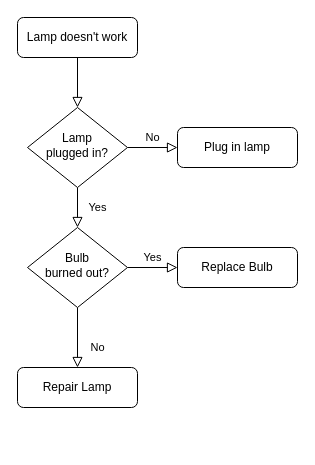
Before: Untitled Diagram.drawio in TristanGavina/CSC3-Tristan-Gavina-AS-91901, a draw.io diagram. Source tidied: cells renumbered, new cells numbered last; positions are measured from the earlier drawing's top-left corner, leaving out a move shared by most shapes. Both pictures are drawn from the tidied source at 100%, with x=0, y=0 at pixel (17, 17).
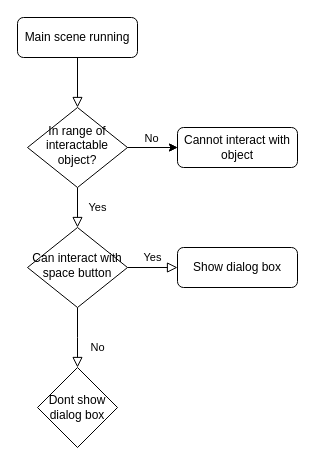
The same page after the edit.

The edit, as a diff of the source:
```diff
@@
 <mxGraphModel>
   <root>
     <mxCell id="0" />
     <mxCell id="1" parent="0" />
     <mxCell id="2" style="rounded=0;html=1;jettySize=auto;fontSize=11;endArrow=block;endFill=0;endSize=8;strokeWidth=1;shadow=0;labelBackgroundColor=none;edgeStyle=orthogonalEdgeStyle;" parent="1" edge="1" source="3" target="6">
       <mxGeometry relative="1" as="geometry" />
     </mxCell>
-    <mxCell id="3" value="Lamp doesn't work" style="rounded=1;whiteSpace=wrap;html=1;fontSize=12;glass=0;strokeWidth=1;shadow=0;" parent="1" vertex="1">
+    <mxCell id="3" value="Main scene running" style="rounded=1;whiteSpace=wrap;html=1;fontSize=12;glass=0;strokeWidth=1;shadow=0;" parent="1" vertex="1">
       <mxGeometry width="120" height="40" as="geometry" />
     </mxCell>
     <mxCell id="4" value="Yes" style="rounded=0;html=1;jettySize=auto;fontSize=11;endArrow=block;endFill=0;endSize=8;strokeWidth=1;shadow=0;labelBackgroundColor=none;edgeStyle=orthogonalEdgeStyle;" parent="1" edge="1" source="6" target="10">
       <mxGeometry y="20" relative="1" as="geometry" />
     </mxCell>
-    <mxCell id="5" value="No" style="edgeStyle=orthogonalEdgeStyle;rounded=0;html=1;jettySize=auto;fontSize=11;endArrow=block;endFill=0;endSize=8;strokeWidth=1;shadow=0;labelBackgroundColor=none;" parent="1" edge="1" source="6" target="7">
-      <mxGeometry y="10" relative="1" as="geometry" />
-    </mxCell>
+    <mxCell id="13" style="edgeStyle=orthogonalEdgeStyle;rounded=0;jettySize=auto;html=1;" parent="1" edge="1" source="6" target="16">
+      <mxGeometry relative="1" as="geometry" />
+    </mxCell>
-    <mxCell id="6" value="Lamp&lt;br&gt;plugged in?" style="rhombus;whiteSpace=wrap;html=1;shadow=0;fontFamily=Helvetica;fontSize=12;align=center;strokeWidth=1;spacing=6;spacingTop=-4;" parent="1" vertex="1">
+    <mxCell id="6" value="In range of interactable object?" style="rhombus;whiteSpace=wrap;html=1;shadow=0;fontFamily=Helvetica;fontSize=12;align=center;strokeWidth=1;spacing=6;spacingTop=-4;" parent="1" vertex="1">
       <mxGeometry x="10" y="90" width="100" height="80" as="geometry" />
     </mxCell>
-    <mxCell id="7" value="Plug in lamp" style="rounded=1;whiteSpace=wrap;html=1;fontSize=12;glass=0;strokeWidth=1;shadow=0;" parent="1" vertex="1">
-      <mxGeometry x="160" y="110" width="120" height="40" as="geometry" />
-    </mxCell>
-    <mxCell id="8" value="No" style="rounded=0;html=1;jettySize=auto;fontSize=11;endArrow=block;endFill=0;endSize=8;strokeWidth=1;shadow=0;labelBackgroundColor=none;edgeStyle=orthogonalEdgeStyle;" parent="1" edge="1" source="10" target="11">
-      <mxGeometry x="0.33" y="20" relative="1" as="geometry" />
+    <mxCell id="8" value="No" style="rounded=0;html=1;jettySize=auto;fontSize=11;endArrow=block;endFill=0;endSize=8;strokeWidth=1;shadow=0;labelBackgroundColor=none;edgeStyle=orthogonalEdgeStyle;" parent="1" edge="1" source="10">
+      <mxGeometry x="0.33" y="20" relative="1" as="geometry">
+        <mxPoint x="60" y="350" as="targetPoint" />
+      </mxGeometry>
     </mxCell>
     <mxCell id="9" value="Yes" style="edgeStyle=orthogonalEdgeStyle;rounded=0;html=1;jettySize=auto;fontSize=11;endArrow=block;endFill=0;endSize=8;strokeWidth=1;shadow=0;labelBackgroundColor=none;" parent="1" edge="1" source="10" target="12">
       <mxGeometry y="10" relative="1" as="geometry" />
     </mxCell>
-    <mxCell id="10" value="Bulb&lt;br&gt;burned out?" style="rhombus;whiteSpace=wrap;html=1;shadow=0;fontFamily=Helvetica;fontSize=12;align=center;strokeWidth=1;spacing=6;spacingTop=-4;" parent="1" vertex="1">
+    <mxCell id="10" value="Can interact with space button" style="rhombus;whiteSpace=wrap;html=1;shadow=0;fontFamily=Helvetica;fontSize=12;align=center;strokeWidth=1;spacing=6;spacingTop=-4;" parent="1" vertex="1">
       <mxGeometry x="10" y="210" width="100" height="80" as="geometry" />
     </mxCell>
-    <mxCell id="11" value="Repair Lamp" style="rounded=1;whiteSpace=wrap;html=1;fontSize=12;glass=0;strokeWidth=1;shadow=0;" parent="1" vertex="1">
-      <mxGeometry y="350" width="120" height="40" as="geometry" />
-    </mxCell>
-    <mxCell id="12" value="Replace Bulb" style="rounded=1;whiteSpace=wrap;html=1;fontSize=12;glass=0;strokeWidth=1;shadow=0;" parent="1" vertex="1">
+    <mxCell id="12" value="Show dialog box" style="rounded=1;whiteSpace=wrap;html=1;fontSize=12;glass=0;strokeWidth=1;shadow=0;" parent="1" vertex="1">
       <mxGeometry x="160" y="230" width="120" height="40" as="geometry" />
     </mxCell>
+    <mxCell id="14" value="Dont show dialog box" style="rhombus;whiteSpace=wrap;html=1;" parent="1" vertex="1">
+      <mxGeometry x="20" y="350" width="80" height="80" as="geometry" />
+    </mxCell>
+    <mxCell id="15" style="endArrow=classic;html=1;rounded=0;exitX=1;exitY=0.5;exitDx=0;exitDy=0;" parent="1" edge="1" source="6">
+      <mxGeometry relative="1" as="geometry">
+        <mxPoint x="160" y="130" as="targetPoint" />
+      </mxGeometry>
+    </mxCell>
+    <mxCell id="5" value="No" style="edgeLabel;html=1;align=center;verticalAlign=middle;" parent="15" vertex="1">
+      <mxGeometry x="-0.08" y="6" relative="1" as="geometry">
+        <mxPoint y="-4" as="offset" />
+      </mxGeometry>
+    </mxCell>
+    <mxCell id="16" value="Cannot interact with object" style="rounded=1;whiteSpace=wrap;html=1;fontSize=12;glass=0;strokeWidth=1;shadow=0;" parent="1" vertex="1">
+      <mxGeometry x="160" y="110" width="120" height="40" as="geometry" />
+    </mxCell>
   </root>
 </mxGraphModel>
```
